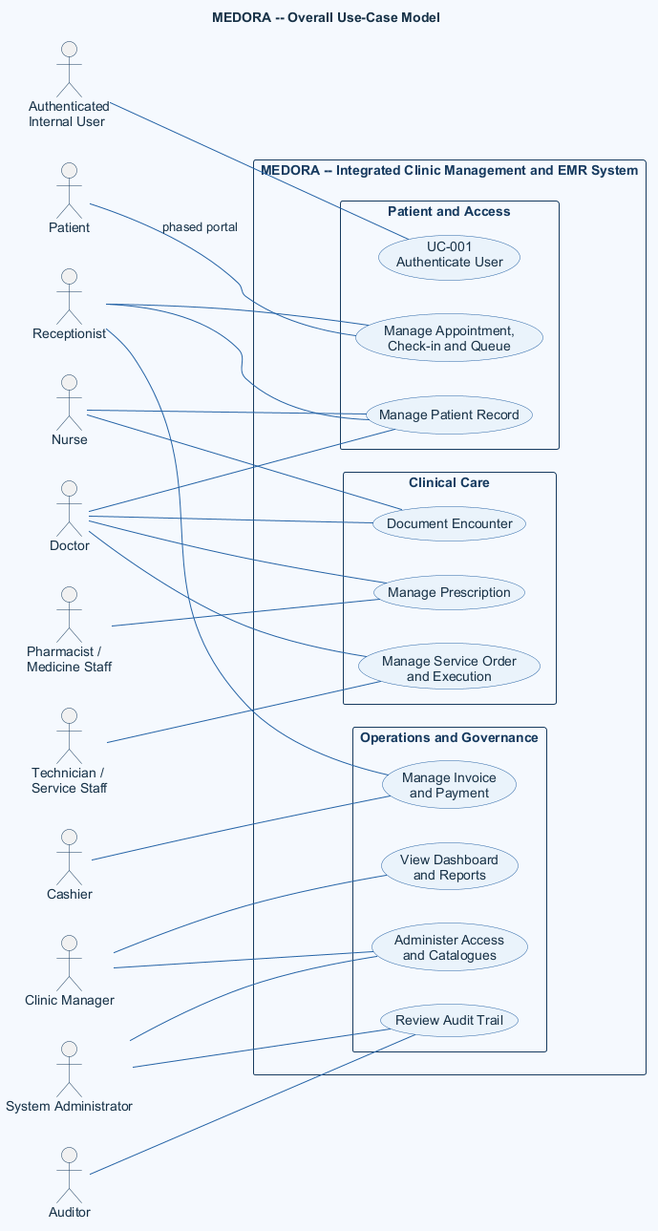
Above: doc/asset/03-system-requirements/use-case-model/figure/overall-use-case-model.png in DucDung-1107/SysDes_2026.1_Group_08 (PlantUML), before the change.
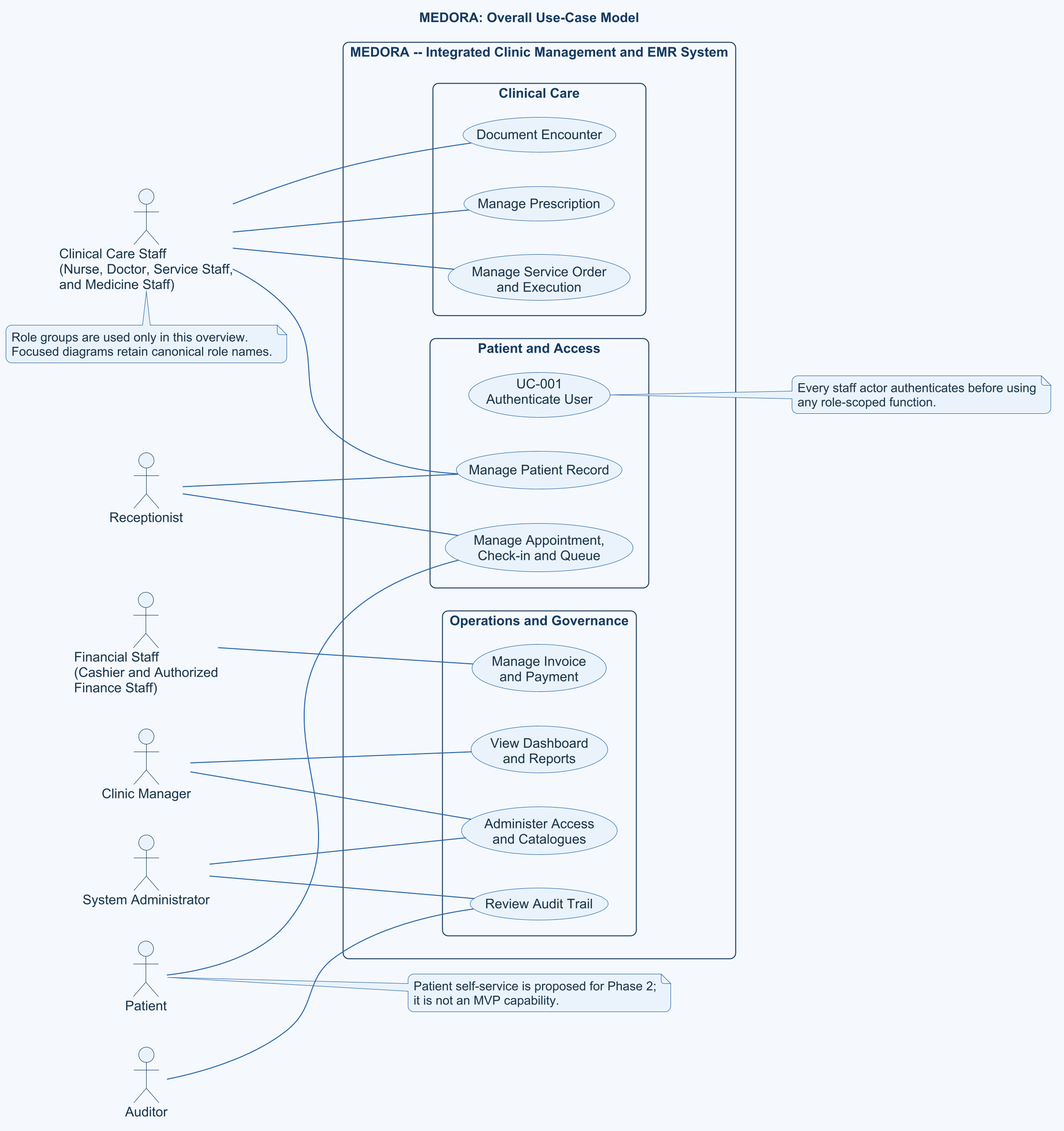
The same diagram one commit later.

What changed in the source:
```diff
@@ -1,38 +1,13 @@
 @startuml
-title MEDORA -- Overall Use-Case Model
+title MEDORA: Overall Use-Case Model
+!include ../../../shared/templates/medora-style.puml
+skinparam dpi 192
 left to right direction
-skinparam shadowing false
-skinparam defaultFontName Arial
-skinparam defaultFontColor #183247
-skinparam backgroundColor #F5F9FE
-skinparam packageStyle rectangle
-skinparam ArrowColor #2563A6
-skinparam usecase {
-  BackgroundColor #EAF3FB
-  BorderColor #2563A6
-  FontColor #183247
-}
-skinparam actor {
-  BorderColor #163A5F
-  FontColor #183247
-}
-skinparam rectangle {
-  BackgroundColor #F5F9FE
-  BorderColor #163A5F
-  FontColor #163A5F
-}
 
 actor Patient as patient
-actor "Authenticated\nInternal User" as user
 actor Receptionist as reception
-actor Nurse as nurse
-actor Doctor as doctor
-actor "Technician /\nService Staff" as technician
-actor "Pharmacist /\nMedicine Staff" as pharmacist
-actor Cashier as cashier
-actor "Clinic Manager" as manager
-actor "System Administrator" as admin
-actor Auditor as auditor
+actor "Clinical Care Staff\n(Nurse, Doctor, Service Staff,\nand Medicine Staff)" as clinical
+actor "Financial Staff\n(Cashier and Authorized\nFinance Staff)" as financial
 
 rectangle "MEDORA -- Integrated Clinic Management and EMR System" {
   package "Patient and Access" {
@@ -53,25 +28,37 @@
   }
 }
 
-patient -- UCAppointment : phased portal
-user -- UCAuth
+actor "Clinic Manager" as manager
+actor "System Administrator" as admin
+actor Auditor as auditor
+
+patient -- UCAppointment
 reception -- UCPatient
 reception -- UCAppointment
-reception -- UCBilling
-nurse -- UCPatient
-nurse -- UCEncounter
-doctor -- UCPatient
-doctor -- UCEncounter
-doctor -- UCPrescription
-doctor -- UCService
-technician -- UCService
-pharmacist -- UCPrescription
-cashier -- UCBilling
+clinical -- UCPatient
+clinical -- UCEncounter
+clinical -- UCPrescription
+clinical -- UCService
+financial -- UCBilling
 manager -- UCReporting
 manager -- UCAdmin
 admin -- UCAdmin
 admin -- UCAudit
 auditor -- UCAudit
 
+note right of patient
+  Patient self-service is proposed for Phase 2;
+  it is not an MVP capability.
+end note
+
+note right of UCAuth
+  Every staff actor authenticates before using
+  any role-scoped function.
+end note
+
+note bottom of clinical
+  Role groups are used only in this overview.
+  Focused diagrams retain canonical role names.
+end note
 
 @enduml
```
